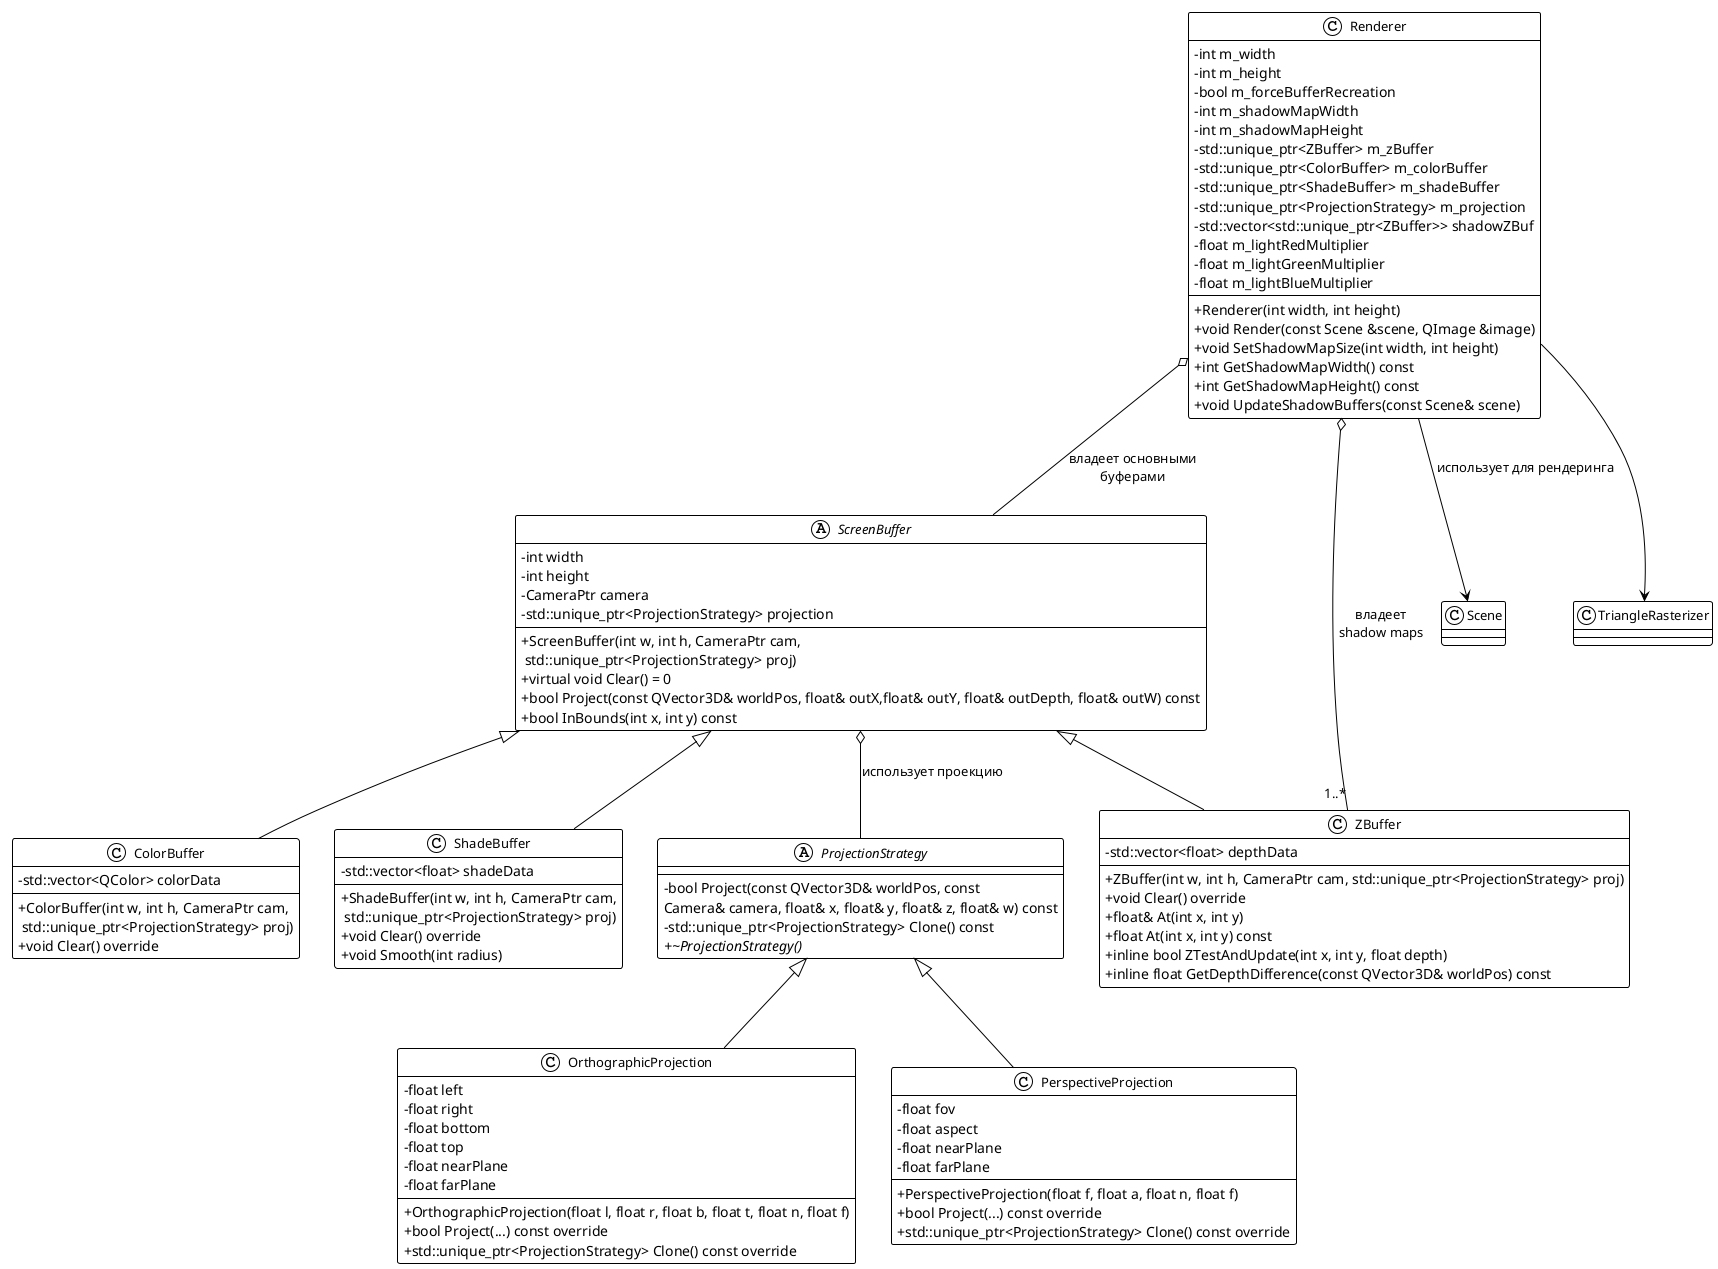
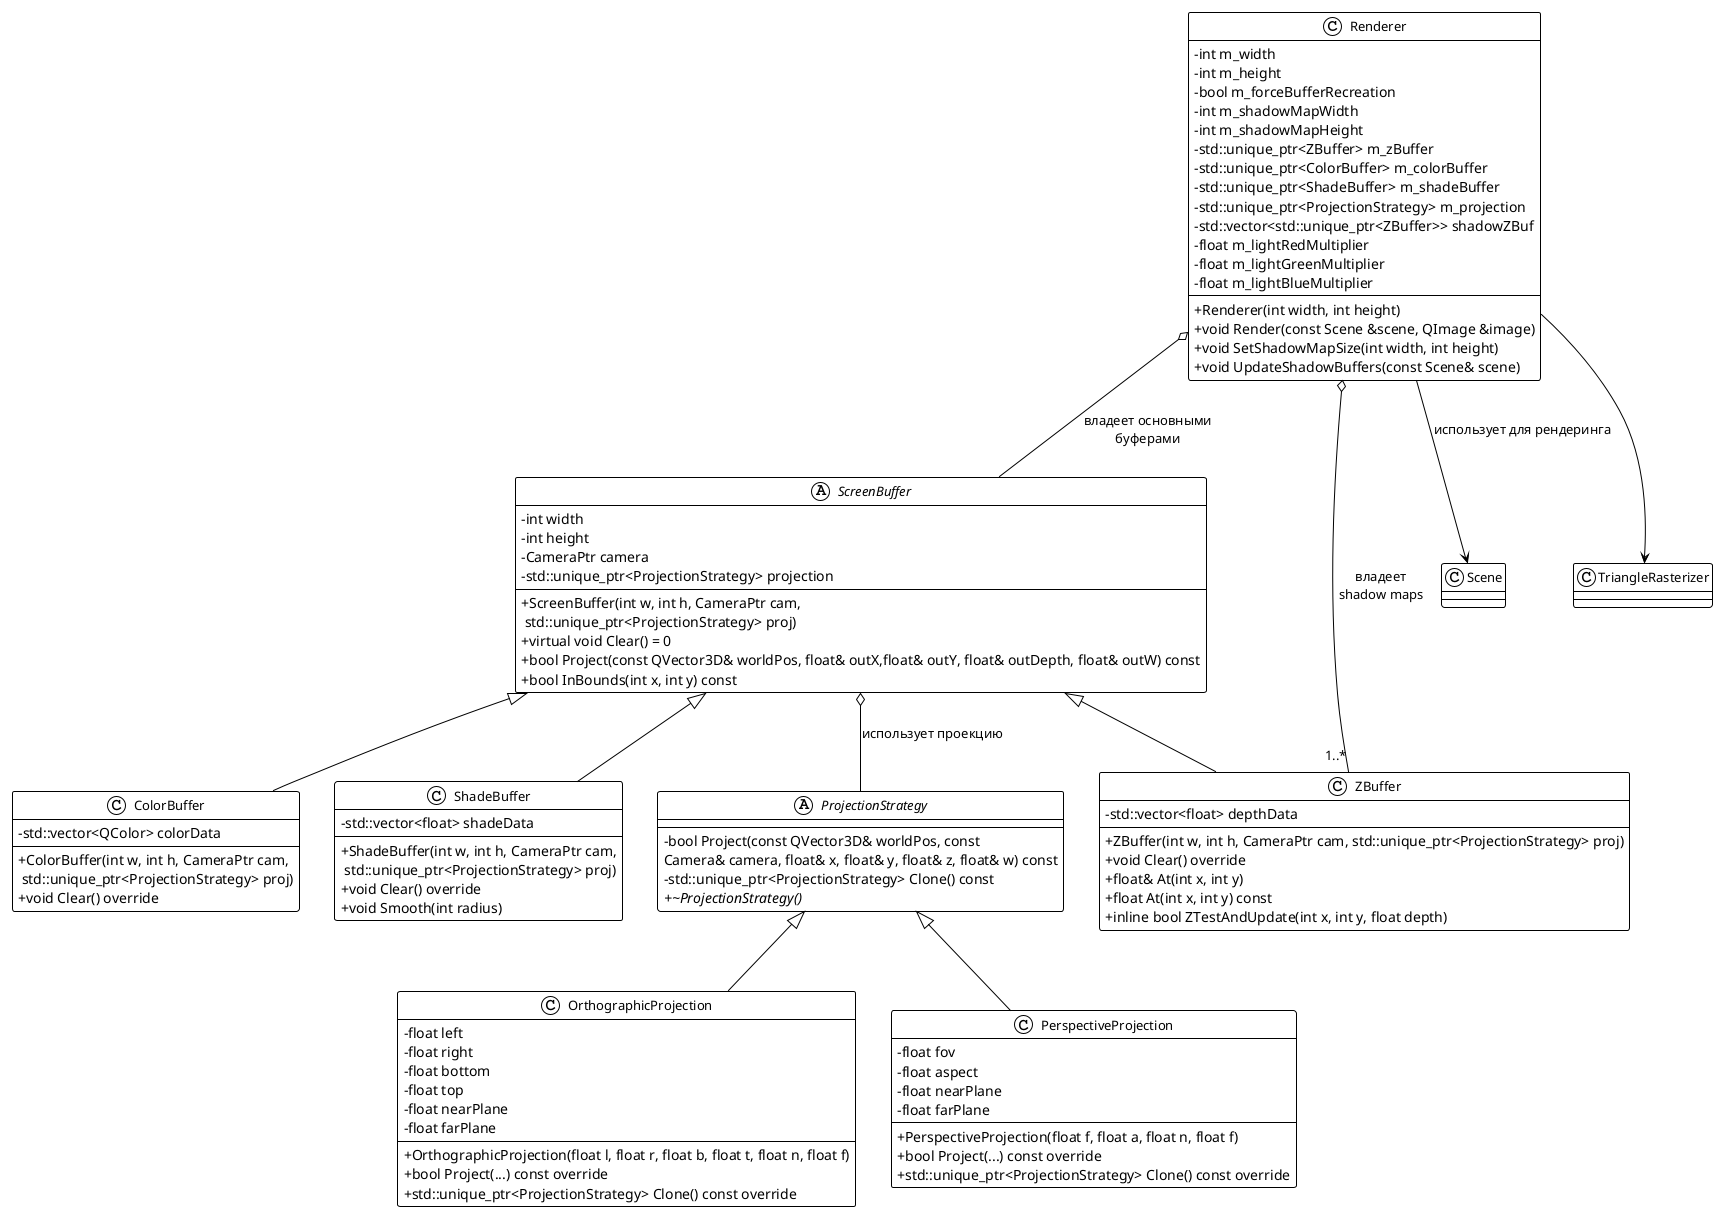
@startuml
!theme plain
skinparam classFontSize 13
skinparam classAttributeIconSize 0

class Renderer {
  -int m_width
  -int m_height
  -bool m_forceBufferRecreation
  -int m_shadowMapWidth
  -int m_shadowMapHeight
  -std::unique_ptr<ZBuffer> m_zBuffer
  -std::unique_ptr<ColorBuffer> m_colorBuffer
  -std::unique_ptr<ShadeBuffer> m_shadeBuffer
  -std::unique_ptr<ProjectionStrategy> m_projection
  -std::vector<std::unique_ptr<ZBuffer>> shadowZBuf
  -float m_lightRedMultiplier
  -float m_lightGreenMultiplier
  -float m_lightBlueMultiplier
  +Renderer(int width, int height)
  +void Render(const Scene &scene, QImage &image)
  +void SetShadowMapSize(int width, int height)
-   +int GetShadowMapWidth() const
-   +int GetShadowMapHeight() const
  +void UpdateShadowBuffers(const Scene& scene)
}

abstract class ScreenBuffer {
  -int width
  -int height
  -CameraPtr camera
  -std::unique_ptr<ProjectionStrategy> projection
  +ScreenBuffer(int w, int h, CameraPtr cam,\n std::unique_ptr<ProjectionStrategy> proj)
  +virtual void Clear() = 0
  +bool Project(const QVector3D& worldPos, float& outX,float& outY, float& outDepth, float& outW) const
  +bool InBounds(int x, int y) const
}

class ZBuffer {
  -std::vector<float> depthData
  +ZBuffer(int w, int h, CameraPtr cam, std::unique_ptr<ProjectionStrategy> proj)
  +void Clear() override
  +float& At(int x, int y)
  +float At(int x, int y) const
  +inline bool ZTestAndUpdate(int x, int y, float depth)
-   +inline float GetDepthDifference(const QVector3D& worldPos) const
}

class ColorBuffer {
  -std::vector<QColor> colorData
  +ColorBuffer(int w, int h, CameraPtr cam,\n std::unique_ptr<ProjectionStrategy> proj)
  +void Clear() override
}

class ShadeBuffer {
  -std::vector<float> shadeData
  +ShadeBuffer(int w, int h, CameraPtr cam,\n std::unique_ptr<ProjectionStrategy> proj)
  +void Clear() override
  +void Smooth(int radius)
}

abstract class ProjectionStrategy {
  -bool Project(const QVector3D& worldPos, const\nCamera& camera, float& x, float& y, float& z, float& w) const
  -std::unique_ptr<ProjectionStrategy> Clone() const
  +{abstract} ~ProjectionStrategy()
}

class OrthographicProjection {
  -float left
  -float right
  -float bottom
  -float top
  -float nearPlane
  -float farPlane
  +OrthographicProjection(float l, float r, float b, float t, float n, float f)
  +bool Project(...) const override
  +std::unique_ptr<ProjectionStrategy> Clone() const override
}

class PerspectiveProjection {
  -float fov
  -float aspect
  -float nearPlane
  -float farPlane
  +PerspectiveProjection(float f, float a, float n, float f)
  +bool Project(...) const override
  +std::unique_ptr<ProjectionStrategy> Clone() const override
}

class Scene

Renderer --> Scene : использует для рендеринга
Renderer --> TriangleRasterizer
Renderer o-- ScreenBuffer : владеет основными\nбуферами
Renderer o-- "1..*" ZBuffer : владеет\nshadow maps
ScreenBuffer <|-- ZBuffer
ScreenBuffer <|-- ColorBuffer
ScreenBuffer <|-- ShadeBuffer
ProjectionStrategy <|-- OrthographicProjection
ProjectionStrategy <|-- PerspectiveProjection
ScreenBuffer o-- ProjectionStrategy : использует проекцию
@enduml